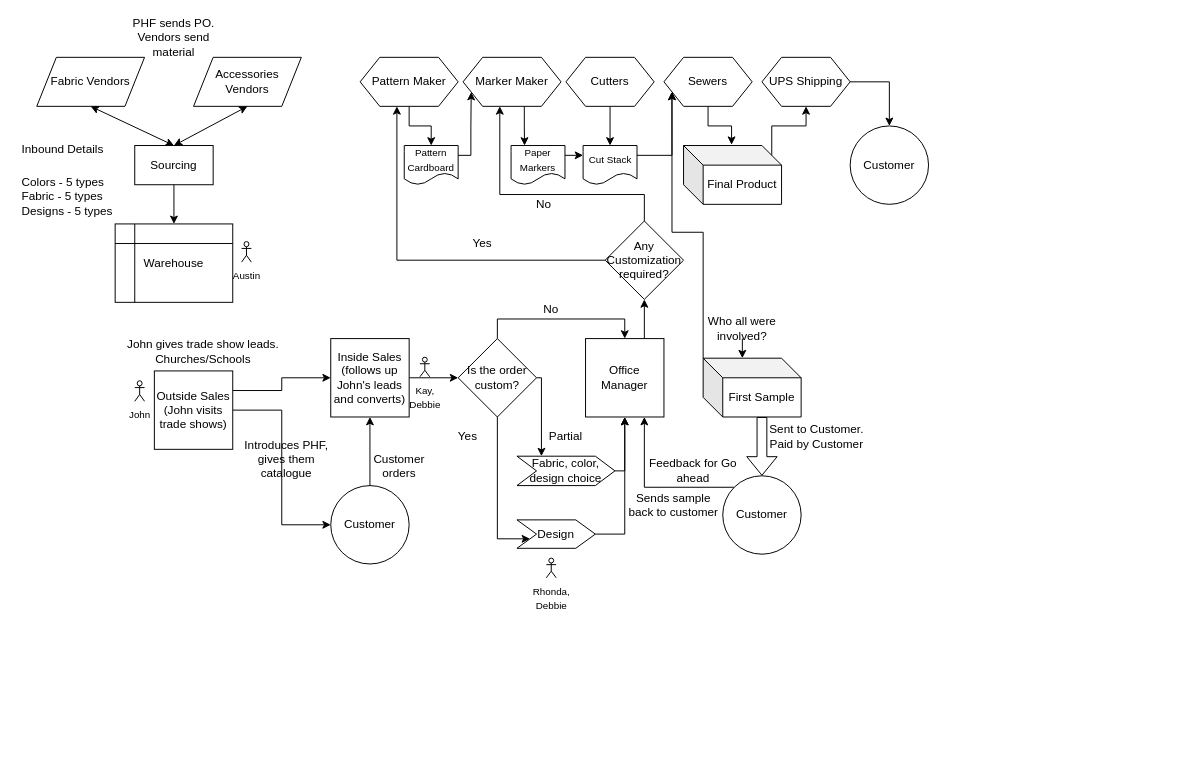
apathre/ANRML_org_charts keeps this draw.io diagram as PHF-dcs.drawio. Above is the earlier version. Source tidied: cells renumbered, new cells numbered last; positions are measured from the earlier drawing's top-left corner, leaving out a move shared by most shapes. Both pictures are drawn from the tidied source at 98%, with x=0, y=0 at pixel (17, 27).
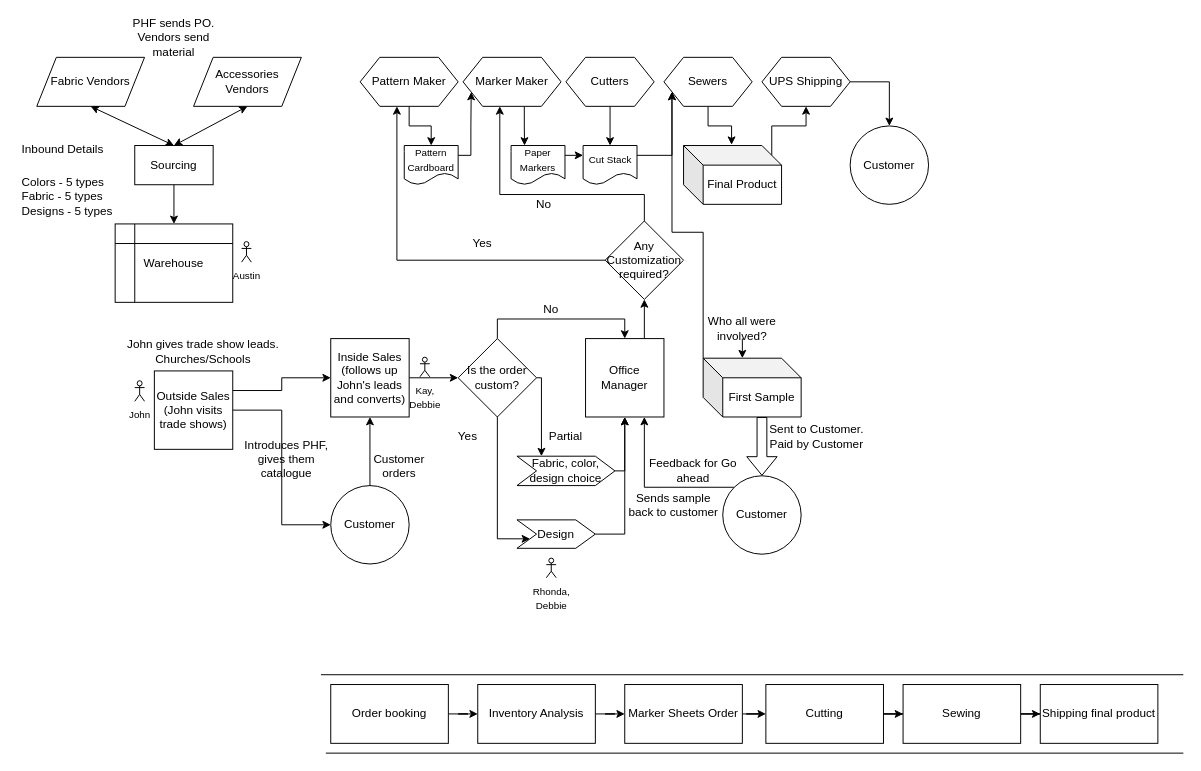
The same diagram, later.

Diff of the diagram source:
```diff
@@
+    <mxCell id="72" style="edgeStyle=orthogonalEdgeStyle;rounded=0;jettySize=auto;html=1;" parent="1" edge="1" source="73" target="75">
+      <mxGeometry relative="1" as="geometry" />
+    </mxCell>
+    <mxCell id="73" value="Order booking" style="rounded=0;whiteSpace=wrap;html=1;" parent="1" vertex="1">
+      <mxGeometry x="320" y="670" width="120" height="60" as="geometry" />
+    </mxCell>
+    <mxCell id="74" style="edgeStyle=orthogonalEdgeStyle;rounded=0;jettySize=auto;html=1;entryX=0;entryY=0.5;entryDx=0;entryDy=0;" parent="1" edge="1" source="75" target="77">
+      <mxGeometry relative="1" as="geometry" />
+    </mxCell>
+    <mxCell id="75" value="Inventory Analysis" style="whiteSpace=wrap;html=1;rounded=0;" parent="1" vertex="1">
+      <mxGeometry x="470" y="670" width="120" height="60" as="geometry" />
+    </mxCell>
+    <mxCell id="76" style="edgeStyle=orthogonalEdgeStyle;rounded=0;jettySize=auto;html=1;" parent="1" edge="1" source="77" target="79">
+      <mxGeometry relative="1" as="geometry" />
+    </mxCell>
+    <mxCell id="77" value="Marker Sheets Order" style="whiteSpace=wrap;html=1;rounded=0;" parent="1" vertex="1">
+      <mxGeometry x="620" y="670" width="120" height="60" as="geometry" />
+    </mxCell>
+    <mxCell id="78" style="edgeStyle=orthogonalEdgeStyle;rounded=0;jettySize=auto;html=1;" parent="1" edge="1" source="79" target="83">
+      <mxGeometry relative="1" as="geometry" />
+    </mxCell>
+    <mxCell id="79" value="Cutting" style="whiteSpace=wrap;html=1;rounded=0;" parent="1" vertex="1">
+      <mxGeometry x="764" y="670" width="120" height="60" as="geometry" />
+    </mxCell>
+    <mxCell id="80" style="endArrow=none;html=1;" parent="1" edge="1">
+      <mxGeometry relative="1" as="geometry">
+        <mxPoint x="310" y="660" as="sourcePoint" />
+        <mxPoint x="1190" y="660" as="targetPoint" />
+      </mxGeometry>
+    </mxCell>
+    <mxCell id="81" style="endArrow=none;html=1;" parent="1" edge="1">
+      <mxGeometry relative="1" as="geometry">
+        <mxPoint x="315" y="740" as="sourcePoint" />
+        <mxPoint x="1190" y="740" as="targetPoint" />
+      </mxGeometry>
+    </mxCell>
+    <mxCell id="82" style="edgeStyle=orthogonalEdgeStyle;rounded=0;jettySize=auto;html=1;" parent="1" edge="1" source="83" target="84">
+      <mxGeometry relative="1" as="geometry" />
+    </mxCell>
+    <mxCell id="83" value="Sewing" style="whiteSpace=wrap;html=1;rounded=0;" parent="1" vertex="1">
+      <mxGeometry x="904" y="670" width="120" height="60" as="geometry" />
+    </mxCell>
+    <mxCell id="84" value="Shipping final product" style="whiteSpace=wrap;html=1;rounded=0;" parent="1" vertex="1">
+      <mxGeometry x="1044" y="670" width="120" height="60" as="geometry" />
+    </mxCell>
```
